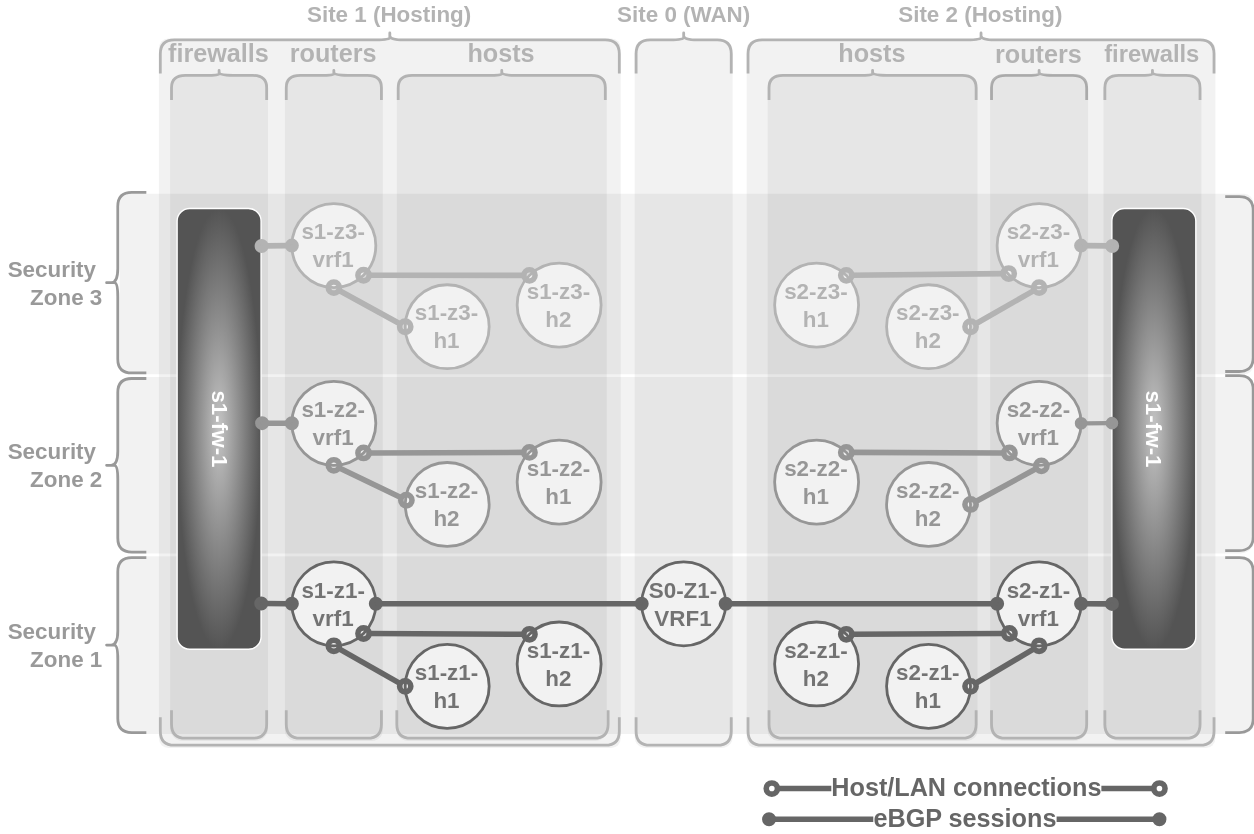
Above: pages/1/3(ecmp-symmetric)/casestudy-1-1a.drawio.svg in menckend/alpha (draw.io), before the change. Source tidied: cells renumbered, new cells last; positions are measured from the earlier drawing's top-left corner, leaving out a move shared by most shapes.
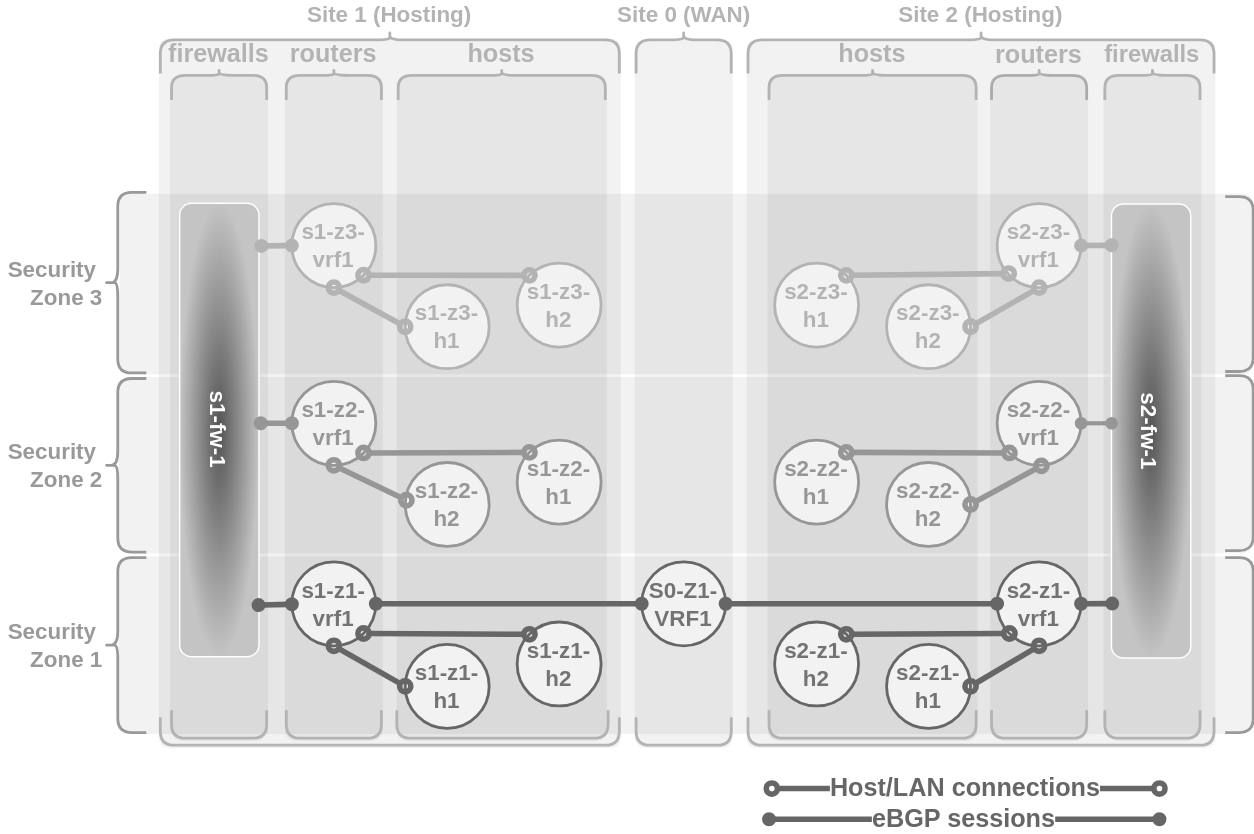
Later version of the same file.

The edit, as a diff of the source:
```diff
@@ -209,41 +209,41 @@
     <mxCell id="70" style="endArrow=oval;startArrow=oval;html=1;strokeWidth=4;strokeColor=#666666;startFill=1;endFill=1;fontSize=18;fontStyle=1;entryX=0;entryY=0.5;entryDx=0;entryDy=0;exitX=1;exitY=0.5;exitDx=0;exitDy=0;" parent="1" edge="1" source="29" target="22">
       <mxGeometry relative="1" as="geometry" />
     </mxCell>
-    <mxCell id="71" value="s1-fw-1" style="rounded=1;whiteSpace=wrap;html=1;textDirection=vertical-lr;gradientColor=#545454;fillColor=#C4C4C4;strokeColor=#FFFFFF;fontColor=#FFFFFF;fontSize=16;fontStyle=1;gradientDirection=radial;" parent="1" vertex="1">
-      <mxGeometry x="52" y="126.5" width="60" height="315" as="geometry" />
+    <mxCell id="71" value="s1-fw-1" style="rounded=1;whiteSpace=wrap;html=1;gradientColor=#C4C4C4;fillColor=#545454;strokeColor=#FFFFFF;fontColor=#FFFFFF;fontSize=16;fontStyle=1;gradientDirection=radial;rotation=90;" parent="1" vertex="1">
+      <mxGeometry x="-79.9" y="256.5" width="324.1" height="56.7" as="geometry" />
     </mxCell>
-    <mxCell id="72" style="endArrow=oval;startArrow=oval;html=1;strokeWidth=4;strokeColor=#969696;startFill=1;endFill=1;fontSize=18;fontStyle=1;exitX=0;exitY=0.5;exitDx=0;exitDy=0;entryX=1.012;entryY=0.487;entryDx=0;entryDy=0;entryPerimeter=0;" parent="1" edge="1" source="32" target="71">
+    <mxCell id="72" style="endArrow=oval;startArrow=oval;html=1;strokeWidth=4;strokeColor=#969696;startFill=1;endFill=1;fontSize=18;fontStyle=1;exitX=0;exitY=0.5;exitDx=0;exitDy=0;entryX=0.485;entryY=-0.022;entryDx=0;entryDy=0;entryPerimeter=0;" parent="1" edge="1" source="32" target="71">
       <mxGeometry relative="1" as="geometry" />
     </mxCell>
-    <mxCell id="73" style="endArrow=oval;startArrow=oval;html=1;strokeWidth=4;strokeColor=#666666;startFill=1;endFill=1;fontSize=18;fontStyle=1;entryX=1.002;entryY=0.896;entryDx=0;entryDy=0;entryPerimeter=0;" parent="1" edge="1" source="33" target="71">
+    <mxCell id="73" style="endArrow=oval;startArrow=oval;html=1;strokeWidth=4;strokeColor=#666666;startFill=1;endFill=1;fontSize=18;fontStyle=1;entryX=0.886;entryY=0.005;entryDx=0;entryDy=0;entryPerimeter=0;" parent="1" edge="1" source="33" target="71">
       <mxGeometry relative="1" as="geometry" />
     </mxCell>
-    <mxCell id="74" style="endArrow=oval;startArrow=oval;html=1;strokeWidth=4;strokeColor=#B3B3B3;startFill=1;endFill=1;fontSize=18;fontStyle=1;entryX=1.006;entryY=0.085;entryDx=0;entryDy=0;entryPerimeter=0;" parent="1" edge="1" source="44" target="71">
+    <mxCell id="74" style="endArrow=oval;startArrow=oval;html=1;strokeWidth=4;strokeColor=#B3B3B3;startFill=1;endFill=1;fontSize=18;fontStyle=1;entryX=0.094;entryY=-0.031;entryDx=0;entryDy=0;entryPerimeter=0;exitX=0;exitY=0.5;exitDx=0;exitDy=0;" parent="1" edge="1" source="44" target="71">
       <mxGeometry relative="1" as="geometry" />
     </mxCell>
-    <mxCell id="75" value="s1-fw-1" style="rounded=1;whiteSpace=wrap;html=1;textDirection=vertical-lr;gradientColor=#545454;fillColor=#C4C4C4;strokeColor=#FFFFFF;fontColor=#FFFFFF;fontSize=16;fontStyle=1;gradientDirection=radial;" parent="1" vertex="1">
-      <mxGeometry x="720" y="126.5" width="60" height="315" as="geometry" />
-    </mxCell>
+    <mxCell id="79" value="eBGP sessions" style="endArrow=oval;startArrow=oval;html=1;strokeWidth=4;strokeColor=#666666;startFill=1;endFill=1;fontSize=18;fontStyle=1;exitX=1;exitY=0.5;exitDx=0;exitDy=0;fontColor=#666666;" parent="1" edge="1">
+      <mxGeometry relative="1" as="geometry">
+        <mxPoint x="475" y="563" as="sourcePoint" />
+        <mxPoint x="754" y="563" as="targetPoint" />
+      </mxGeometry>
+    </mxCell>
+    <mxCell id="80" value="Host/LAN connections" style="endArrow=oval;startArrow=oval;html=1;strokeWidth=4;strokeColor=#666666;startFill=0;endFill=0;fontSize=18;fontStyle=1;endSize=8;startSize=8;exitX=1;exitY=0.5;exitDx=0;exitDy=0;fontColor=#666666;" parent="1" edge="1">
+      <mxGeometry relative="1" as="geometry">
+        <mxPoint x="477" y="541" as="sourcePoint" />
+        <mxPoint x="754" y="541" as="targetPoint" />
+      </mxGeometry>
+    </mxCell>
+    <mxCell id="81" value="s2-fw-1" style="rounded=1;whiteSpace=wrap;html=1;gradientColor=#C4C4C4;fillColor=#545454;strokeColor=#FFFFFF;fontColor=#FFFFFF;fontSize=16;fontStyle=1;gradientDirection=radial;rotation=90;" parent="1" vertex="1">
+      <mxGeometry x="585.8" y="257.2" width="324.5" height="56.7" as="geometry" />
+    </mxCell>
-    <mxCell id="76" style="endArrow=oval;startArrow=oval;html=1;strokeWidth=3;strokeColor=#969696;startFill=1;endFill=1;fontSize=18;fontStyle=1;entryX=0.001;entryY=0.487;entryDx=0;entryDy=0;entryPerimeter=0;" parent="1" edge="1" source="21" target="75">
+    <mxCell id="76" style="endArrow=oval;startArrow=oval;html=1;strokeWidth=3;strokeColor=#969696;startFill=1;endFill=1;fontSize=18;fontStyle=1;entryX=0.483;entryY=0.998;entryDx=0;entryDy=0;entryPerimeter=0;" parent="1" edge="1" source="21" target="81">
       <mxGeometry relative="1" as="geometry" />
     </mxCell>
-    <mxCell id="77" style="endArrow=oval;startArrow=oval;html=1;strokeWidth=4;strokeColor=#666666;startFill=1;endFill=1;fontSize=18;fontStyle=1;entryX=0.001;entryY=0.897;entryDx=0;entryDy=0;entryPerimeter=0;" parent="1" edge="1" source="22" target="75">
+    <mxCell id="77" style="endArrow=oval;startArrow=oval;html=1;strokeWidth=4;strokeColor=#666666;startFill=1;endFill=1;fontSize=18;fontStyle=1;entryX=0.88;entryY=0.991;entryDx=0;entryDy=0;entryPerimeter=0;" parent="1" edge="1" source="22" target="81">
       <mxGeometry relative="1" as="geometry" />
     </mxCell>
-    <mxCell id="78" style="endArrow=oval;startArrow=oval;html=1;strokeWidth=4;strokeColor=#B3B3B3;startFill=1;endFill=1;fontSize=18;fontStyle=1;entryX=0.004;entryY=0.085;entryDx=0;entryDy=0;entryPerimeter=0;" parent="1" edge="1" source="54" target="75">
+    <mxCell id="78" style="endArrow=oval;startArrow=oval;html=1;strokeWidth=4;strokeColor=#B3B3B3;startFill=1;endFill=1;fontSize=18;fontStyle=1;entryX=0.091;entryY=0.998;entryDx=0;entryDy=0;entryPerimeter=0;" parent="1" edge="1" source="54" target="81">
       <mxGeometry relative="1" as="geometry" />
     </mxCell>
-    <mxCell id="79" value="eBGP sessions" style="endArrow=oval;startArrow=oval;html=1;strokeWidth=4;strokeColor=#666666;startFill=1;endFill=1;fontSize=18;fontStyle=1;exitX=1;exitY=0.5;exitDx=0;exitDy=0;fontColor=#666666;" parent="1" edge="1">
-      <mxGeometry relative="1" as="geometry">
-        <mxPoint x="475" y="563" as="sourcePoint" />
-        <mxPoint x="754" y="563" as="targetPoint" />
-      </mxGeometry>
-    </mxCell>
-    <mxCell id="80" value="Host/LAN connections" style="endArrow=oval;startArrow=oval;html=1;strokeWidth=4;strokeColor=#666666;startFill=0;endFill=0;fontSize=18;fontStyle=1;endSize=8;startSize=8;exitX=1;exitY=0.5;exitDx=0;exitDy=0;fontColor=#666666;" parent="1" edge="1">
-      <mxGeometry relative="1" as="geometry">
-        <mxPoint x="477" y="541" as="sourcePoint" />
-        <mxPoint x="754" y="541" as="targetPoint" />
-      </mxGeometry>
-    </mxCell>
   </root>
 </mxGraphModel>
```
